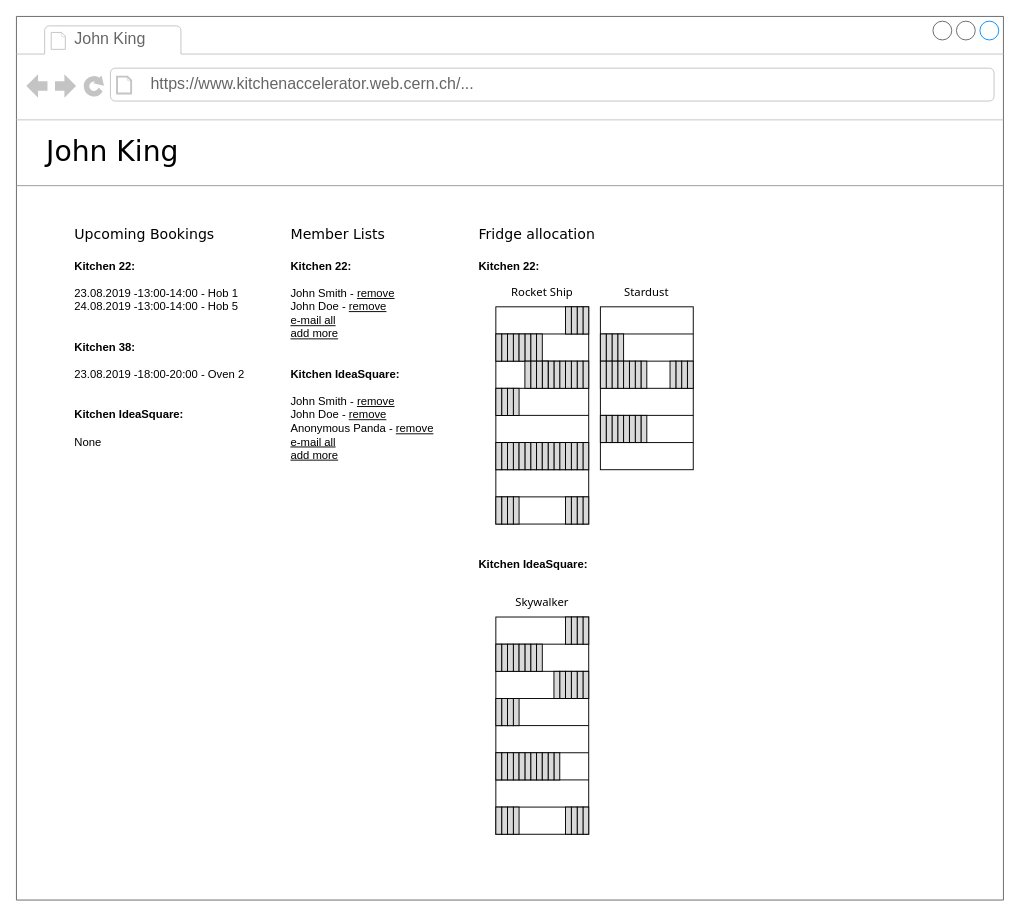
The draw.io diagram page "Manager" (2 of 5) of media/wireframes/wireframes.drawio in DEUCE1957/kitchen-accelerator, before the edit. Source tidied: cells renumbered, new cells numbered last; positions are measured from the earlier drawing's top-left corner, leaving out a move shared by most shapes. Both pictures are drawn from the tidied source at 94%, with x=0, y=0 at pixel (16, 16). Pictures stored in the file or linked from it are replaced by grey dashed boxes.
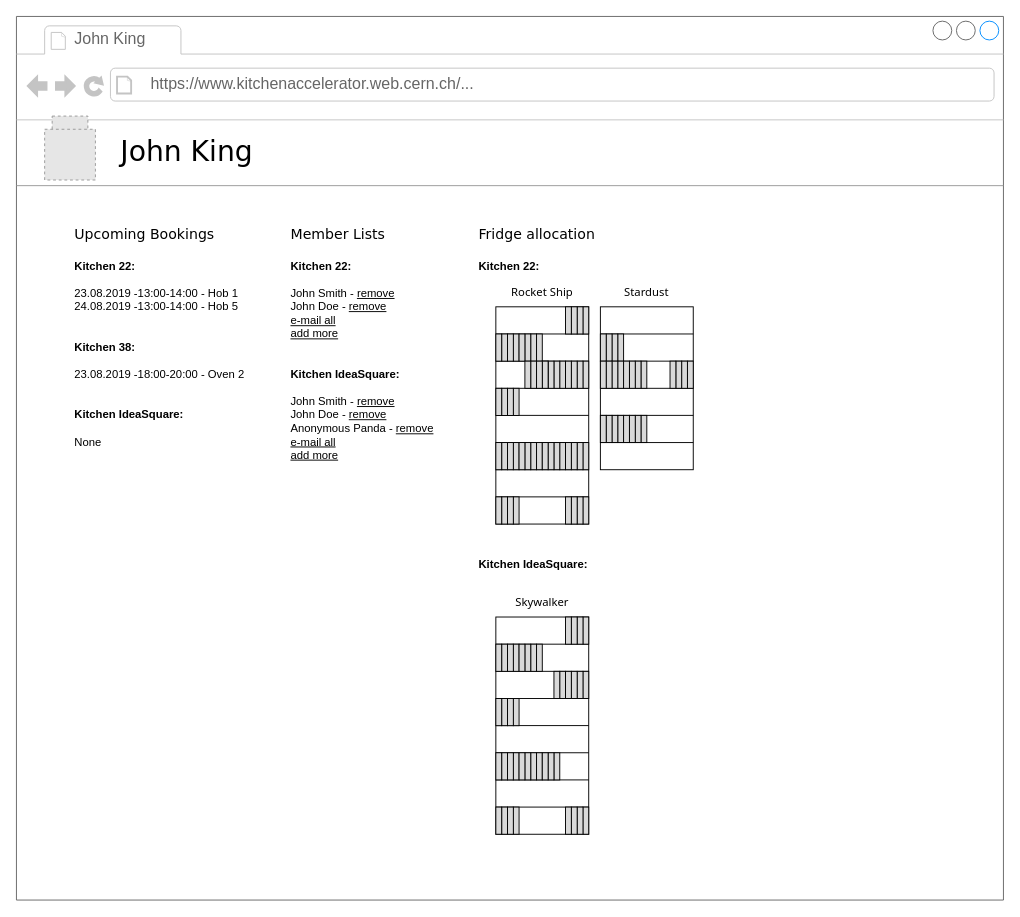
The same page after the edit.

The change refers to these unchanged cells:
```xml
<mxCell id="2" style="strokeWidth=1;shadow=0;dashed=0;align=center;html=1;shape=mxgraph.mockup.containers.browserWindow;rSize=0;fillColor=#ffffff;strokeColor=#666666;mainText=,;rounded=0;labelBackgroundColor=none;fontFamily=Verdana;fontSize=12;fontColor=#000000;" parent="1" vertex="1">
  <mxGeometry width="1050" height="940" as="geometry" />
</mxCell>
```

Diff of the diagram source:
```diff
@@
-    <mxCell id="5" value="John King" style="text;html=1;align=left;verticalAlign=top;spacingTop=-4;fontSize=30;fontFamily=Verdana;fontColor=#000000;" parent="2" vertex="1">
-      <mxGeometry x="30" y="123" width="460" height="50" as="geometry" />
-    </mxCell>
@@
+    <mxCell id="158" style="fillColor=#E6E6E6;strokeColor=#999999;dashed=1;html=1;verticalAlign=top;verticalLabelPosition=bottom;labelBackgroundColor=#ffffff;fontFamily=Helvetica;fontSize=14;" parent="2" vertex="1">
+      <mxGeometry x="38" y="106" width="38" height="38" as="geometry" />
+    </mxCell>
@@
+    <mxCell id="5" value="John King" style="text;html=1;align=left;verticalAlign=top;spacingTop=-4;fontSize=30;fontFamily=Verdana;fontColor=#000000;" parent="1" vertex="1">
+      <mxGeometry x="108.5" y="123" width="410" height="50" as="geometry" />
+    </mxCell>
+    <mxCell id="159" style="fillColor=#E6E6E6;strokeColor=#999999;dashed=1;html=1;verticalAlign=top;verticalLabelPosition=bottom;labelBackgroundColor=#ffffff;fontFamily=Helvetica;fontSize=14;" parent="1" vertex="1">
+      <mxGeometry x="30" y="120" width="54" height="54" as="geometry" />
+    </mxCell>
```
